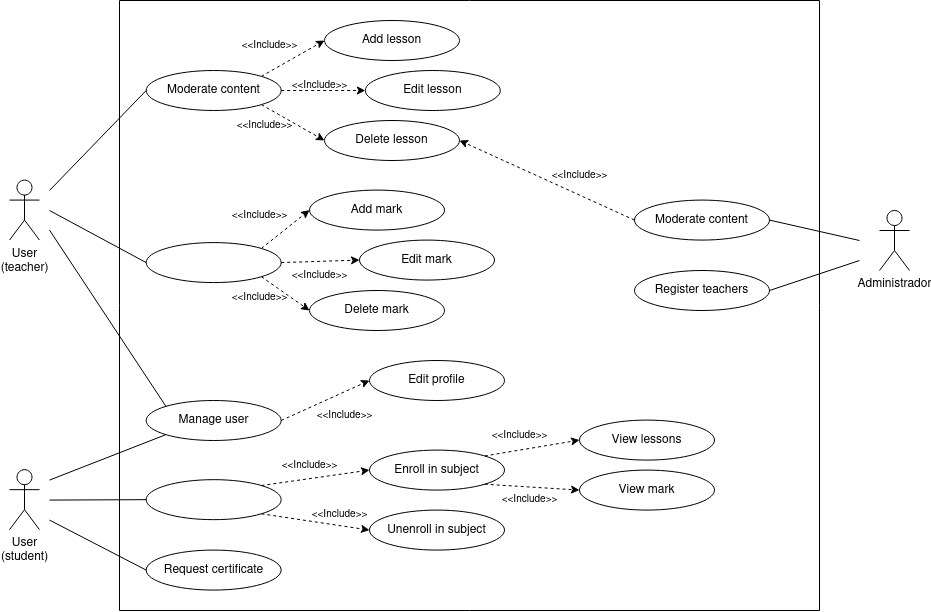
The draw.io diagram diagrams/use-case.png in Chugani05-JesusLugo2002/LuminoDocs, before a commit. Source tidied: cells renumbered, new cells last; positions are measured from the earlier drawing's top-left corner, leaving out a move shared by most shapes.
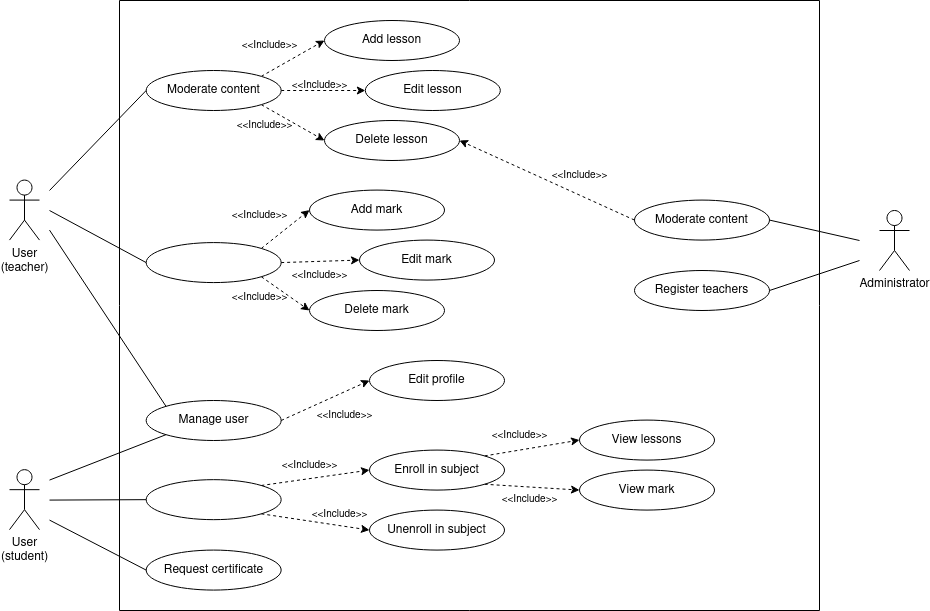
The same diagram one commit later.

What changed in the source:
```diff
@@ -189,7 +189,7 @@
     <mxCell id="56" value="&lt;font style=&quot;font-size: 10px;&quot;&gt;&amp;lt;&amp;lt;Include&amp;gt;&amp;gt;&lt;/font&gt;" style="text;html=1;align=center;verticalAlign=middle;strokeColor=none;fillColor=none;" parent="2" vertex="1">
       <mxGeometry x="420" y="159.6" width="80" height="30" as="geometry" />
     </mxCell>
-    <mxCell id="57" value="Administrador" style="shape=umlActor;verticalLabelPosition=bottom;verticalAlign=top;html=1;" parent="1" vertex="1">
+    <mxCell id="57" value="Administrator" style="shape=umlActor;verticalLabelPosition=bottom;verticalAlign=top;html=1;" parent="1" vertex="1">
       <mxGeometry x="870" y="210" width="30" height="60" as="geometry" />
     </mxCell>
   </root>
```
